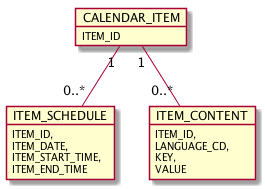
Earlier version of the PlantUML export docs/diagrams/data-model.png (AtriaCoop/atria-calendar). Source of this version:
```plantuml
@startuml

object CALENDAR_ITEM {
  ITEM_ID
}

object ITEM_SCHEDULE {
  ITEM_ID,
  ITEM_DATE,
  ITEM_START_TIME,
  ITEM_END_TIME
}

object ITEM_CONTENT {
  ITEM_ID,
  LANGUAGE_CD,
  KEY,
  VALUE
}

CALENDAR_ITEM "1" -down- "0..*" ITEM_CONTENT

CALENDAR_ITEM "1" -down- "0..*" ITEM_SCHEDULE

@enduml
```
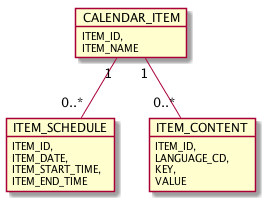
After the commit.

What changed in the source:
```diff
@@ -1,7 +1,8 @@
 @startuml
 
 object CALENDAR_ITEM {
-  ITEM_ID
+  ITEM_ID,
+  ITEM_NAME
 }
 
 object ITEM_SCHEDULE {
```
